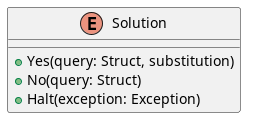
kelvindev15/PPS-22-Prolog-as-scalaDSL keeps this PlantUML diagram as docs/static/img/diagrams/Solution.png. Above is the earlier version. Source of this version:
```plantuml
@startuml
enum Solution {
    + Yes(query: Struct, substitution)
    + No(query: Struct)
    + Halt(exception: Exception)
}
@enduml
```
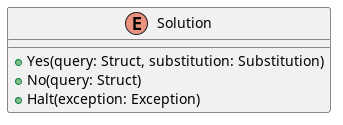
After the commit.

Diff of the diagram source:
```diff
@@ -1,6 +1,6 @@
 @startuml
 enum Solution {
-    + Yes(query: Struct, substitution)
+    + Yes(query: Struct, substitution: Substitution)
     + No(query: Struct)
     + Halt(exception: Exception)
 }
```
